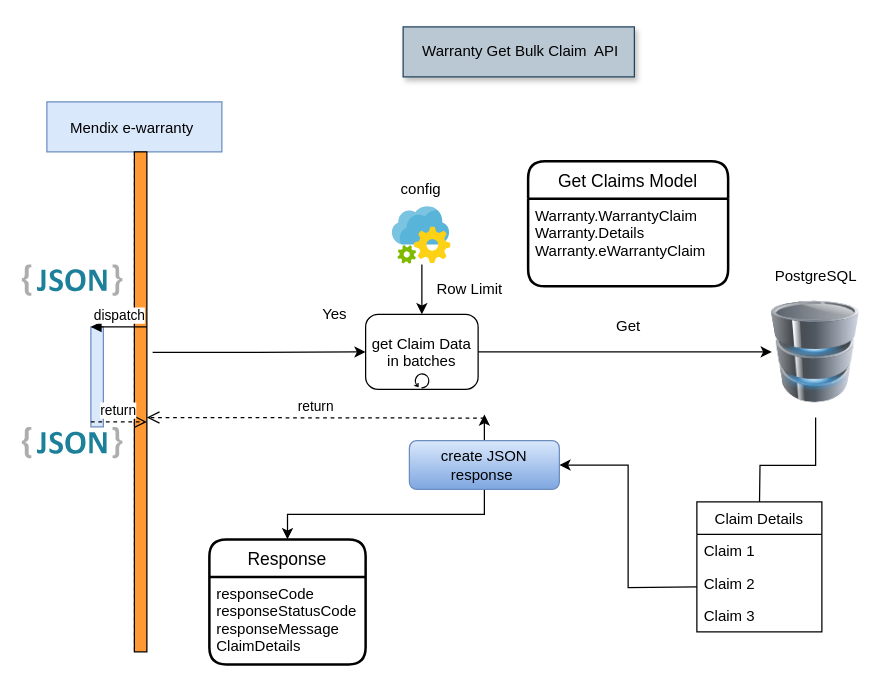
Before: Untitled Diagram.drawio in MrMetalAddict/Retail-Mon, a draw.io diagram. Source tidied: cells renumbered, new cells numbered last; positions are measured from the earlier drawing's top-left corner, leaving out a move shared by most shapes. Both pictures are drawn from the tidied source at 125%, with x=0, y=0 at pixel (21, 26).
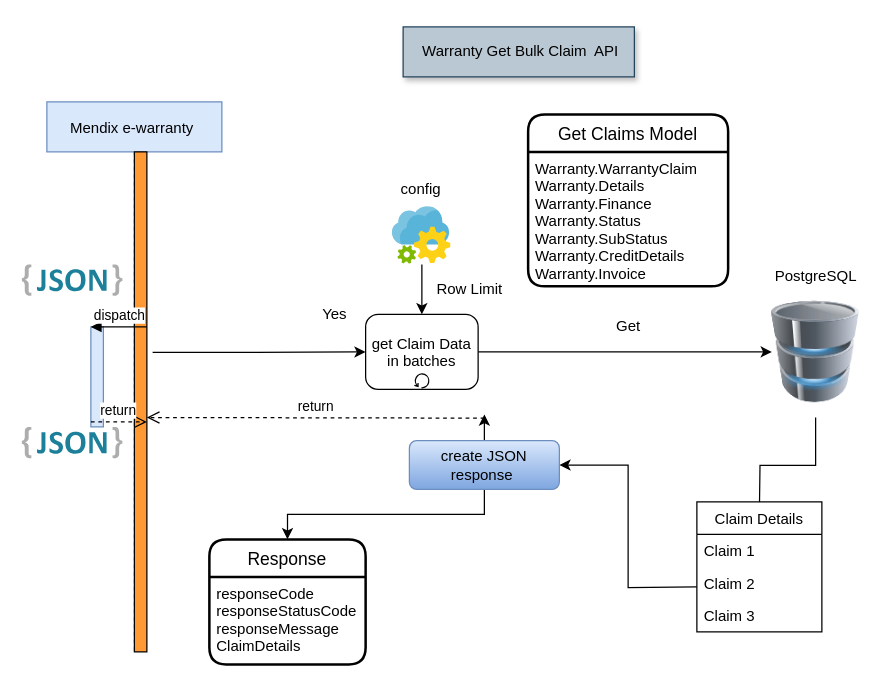
The same page after the edit.

Diff of the diagram source:
```diff
@@
     <mxCell id="25" value="Get Claims Model" style="swimlane;horizontal=1;startSize=30;rounded=1;fontSize=14;fontStyle=0;strokeWidth=2;shadow=0;dashed=0;align=center;" parent="1" vertex="1">
-      <mxGeometry x="405" y="107.5" width="160" height="100" as="geometry" />
+      <mxGeometry x="405" y="70" width="160" height="137.5" as="geometry" />
     </mxCell>
-    <mxCell id="26" value="Warranty.WarrantyClaim&#10;Warranty.Details&#10;  Warranty.eWarrantyClaim" style="align=left;strokeColor=none;fillColor=none;spacingLeft=4;fontSize=12;verticalAlign=top;" parent="25" vertex="1">
-      <mxGeometry y="30" width="160" height="70" as="geometry" />
+    <mxCell id="26" value="Warranty.WarrantyClaim&#10;Warranty.Details&#10;  Warranty.Finance&#10;Warranty.Status&#10;Warranty.SubStatus&#10;Warranty.CreditDetails&#10;Warranty.Invoice" style="align=left;strokeColor=none;fillColor=none;spacingLeft=4;fontSize=12;verticalAlign=top;" parent="25" vertex="1">
+      <mxGeometry y="30" width="160" height="107.5" as="geometry" />
     </mxCell>
```
